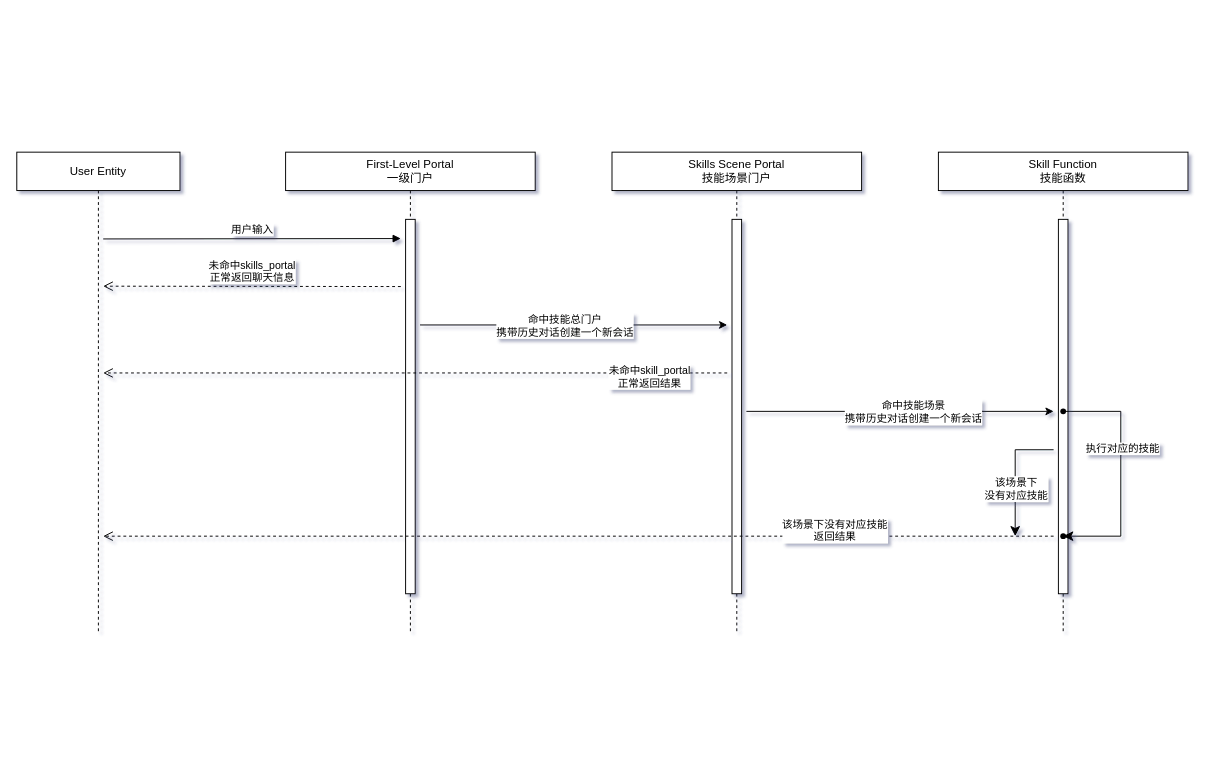
The draw.io diagram tarvis-function-calling.drawio in GogoWwz/tarvis-diagrams, before the edit. Source tidied: cells renumbered, new cells numbered last; positions are measured from the earlier drawing's top-left corner, leaving out a move shared by most shapes. Both pictures are drawn from the tidied source at 96%, with x=0, y=0 at pixel (16, 152).
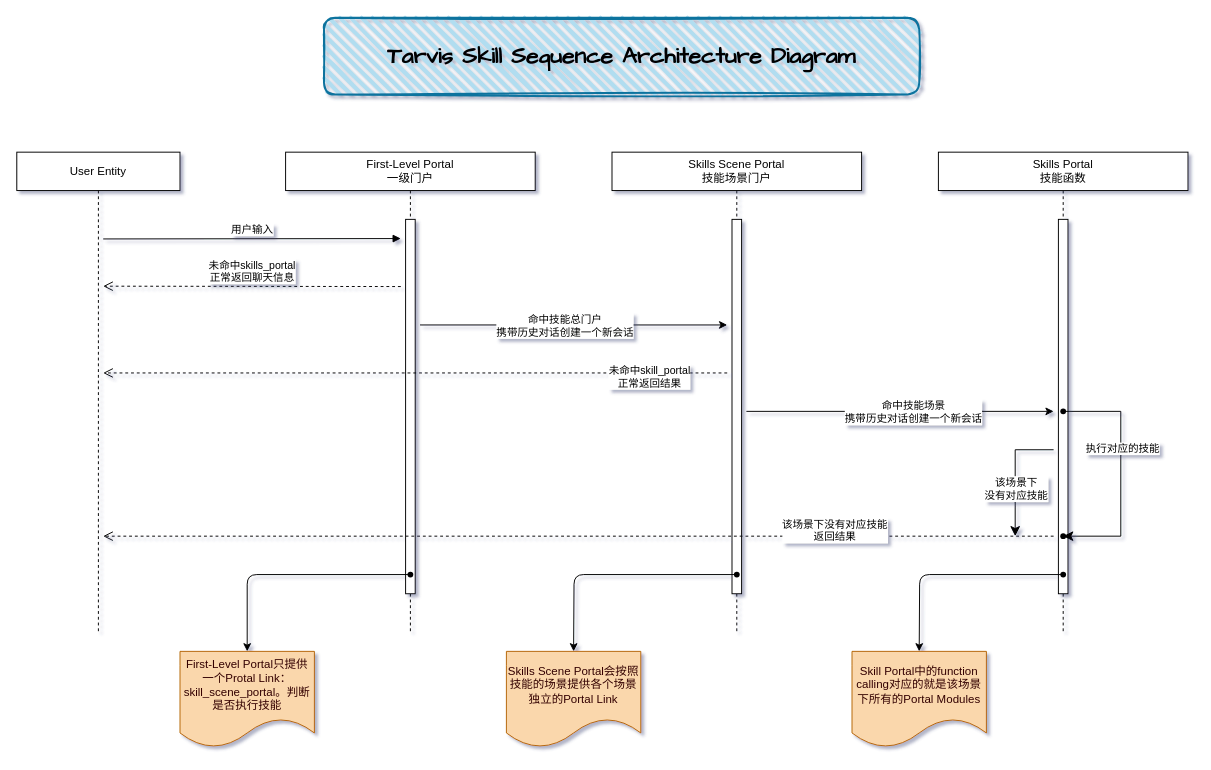
The same page after the edit.

What changed in the source:
```diff
@@
-    <mxCell id="14" value="Skill Function&lt;br&gt;技能函数" style="shape=umlLifeline;perimeter=lifelinePerimeter;whiteSpace=wrap;html=1;newEdgeStyle={&quot;edgeStyle&quot;:&quot;elbowEdgeStyle&quot;,&quot;elbow&quot;:&quot;vertical&quot;,&quot;curved&quot;:0,&quot;rounded&quot;:0};rounded=0;" parent="1" vertex="1">
+    <mxCell id="14" value="Skills Portal&lt;br&gt;技能函数" style="shape=umlLifeline;perimeter=lifelinePerimeter;whiteSpace=wrap;html=1;newEdgeStyle={&quot;edgeStyle&quot;:&quot;elbowEdgeStyle&quot;,&quot;elbow&quot;:&quot;vertical&quot;,&quot;curved&quot;:0,&quot;rounded&quot;:0};rounded=0;" parent="1" vertex="1">
       <mxGeometry x="960" width="260" height="500" as="geometry" />
     </mxCell>
@@
+    <mxCell id="23" value="First-Level Portal只提供一个Protal Link：skill_scene_portal。判断是否执行技能" style="shape=document;whiteSpace=wrap;html=1;boundedLbl=1;rounded=0;align=center;fillColor=#fad7ac;strokeColor=#b46504;fontColor=#330000;" parent="1" vertex="1">
+      <mxGeometry x="170" y="520" width="140" height="100" as="geometry" />
+    </mxCell>
+    <mxCell id="24" style="edgeStyle=orthogonalEdgeStyle;jettySize=auto;html=1;" parent="1" edge="1" source="26">
+      <mxGeometry relative="1" as="geometry">
+        <mxPoint x="410" y="440" as="targetPoint" />
+      </mxGeometry>
+    </mxCell>
+    <mxCell id="25" style="edgeStyle=orthogonalEdgeStyle;jettySize=auto;html=1;entryX=0.5;entryY=0;entryDx=0;entryDy=0;" parent="1" edge="1" source="26" target="23">
+      <mxGeometry relative="1" as="geometry" />
+    </mxCell>
+    <mxCell id="26" style="shape=waypoint;sketch=0;fillStyle=solid;size=6;points=[];fillColor=none;perimeter=centerPerimeter;snapToPoint=1;" parent="1" vertex="1">
+      <mxGeometry x="400" y="430" width="20" height="20" as="geometry" />
+    </mxCell>
+    <mxCell id="27" style="edgeStyle=orthogonalEdgeStyle;jettySize=auto;html=1;" parent="1" edge="1" source="28">
+      <mxGeometry relative="1" as="geometry">
+        <mxPoint x="580" y="520" as="targetPoint" />
+      </mxGeometry>
+    </mxCell>
+    <mxCell id="28" style="shape=waypoint;sketch=0;fillStyle=solid;size=6;points=[];fillColor=none;perimeter=centerPerimeter;snapToPoint=1;" parent="1" vertex="1">
+      <mxGeometry x="740" y="430" width="20" height="20" as="geometry" />
+    </mxCell>
+    <mxCell id="29" style="edgeStyle=orthogonalEdgeStyle;jettySize=auto;html=1;entryX=0.5;entryY=0;entryDx=0;entryDy=0;" parent="1" edge="1" source="30">
+      <mxGeometry relative="1" as="geometry">
+        <mxPoint x="940" y="520" as="targetPoint" />
+      </mxGeometry>
+    </mxCell>
+    <mxCell id="30" style="shape=waypoint;sketch=0;fillStyle=solid;size=6;points=[];fillColor=none;perimeter=centerPerimeter;snapToPoint=1;" parent="1" vertex="1">
+      <mxGeometry x="1080" y="430" width="20" height="20" as="geometry" />
+    </mxCell>
+    <mxCell id="31" value="Skills Scene Portal会按照技能的场景提供各个场景独立的Portal Link" style="shape=document;whiteSpace=wrap;html=1;boundedLbl=1;rounded=0;align=center;fillColor=#fad7ac;strokeColor=#b46504;fontColor=#330000;" parent="1" vertex="1">
+      <mxGeometry x="510" y="520" width="140" height="100" as="geometry" />
+    </mxCell>
+    <mxCell id="32" value="Skill Portal中的function calling对应的就是该场景下所有的Portal Modules" style="shape=document;whiteSpace=wrap;html=1;boundedLbl=1;rounded=0;align=center;fillColor=#fad7ac;strokeColor=#b46504;fontColor=#330000;" parent="1" vertex="1">
+      <mxGeometry x="870" y="520" width="140" height="100" as="geometry" />
+    </mxCell>
+    <mxCell id="33" value="&lt;h1&gt;&lt;font face=&quot;Comic Sans MS&quot;&gt;Tarvis Skill Sequence Architecture Diagram&lt;/font&gt;&lt;/h1&gt;" style="rounded=1;whiteSpace=wrap;html=1;strokeWidth=2;fillWeight=4;hachureGap=8;hachureAngle=45;fillColor=#b1ddf0;sketch=1;strokeColor=#10739e;" parent="1" vertex="1">
+      <mxGeometry x="320" y="-140" width="620" height="80" as="geometry" />
+    </mxCell>
```
